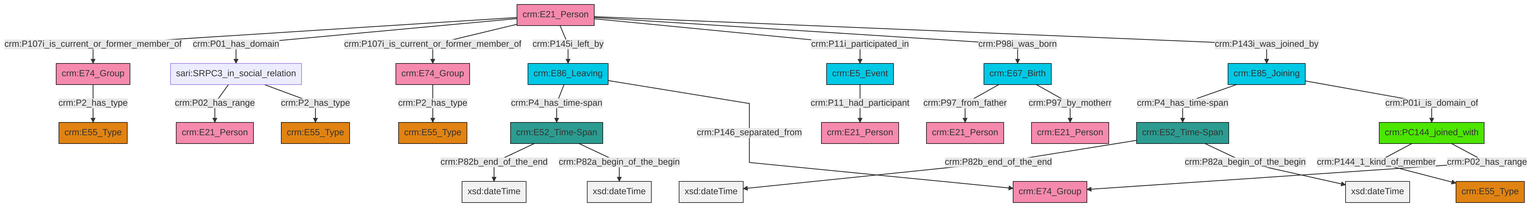
swiss-art-research-net/reference-data-models keeps this Mermaid diagram as et/personCSV/ttl/mmd/png/Person_Actor_Relations.png. Above is the earlier version. Its source is kept beside it as et/personCSV/ttl/mmd/Person_Actor_Relations.ttl.mmd.
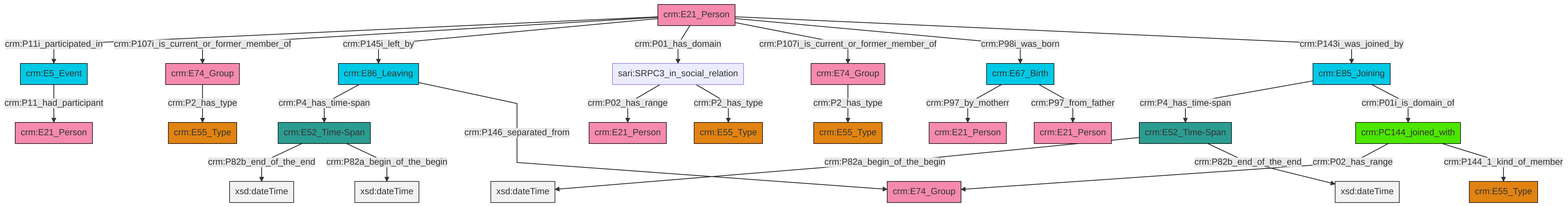
The same diagram one commit later.

The edit, as a diff of the source:
```diff
@@ -13,27 +13,27 @@
 classDef PC_Classes fill:#4ce600, stroke:#000000;
 classDef Multi fill:#cccccc,stroke:#000000;
 
-0["crm:E52_Time-Span"]:::Time-Span -->|crm:P82b_end_of_the_end| 1[xsd:dateTime]:::Literal
-10["crm:E52_Time-Span"]:::Time-Span -->|crm:P82b_end_of_the_end| 14[xsd:dateTime]:::Literal
-15["crm:E5_Event"]:::Temporal_Entity -->|crm:P11_had_participant| 16["crm:E21_Person"]:::Actor
-17["crm:E21_Person"]:::Actor -->|crm:P107i_is_current_or_former_member_of| 18["crm:E74_Group"]:::Actor
-19["crm:E67_Birth"]:::Temporal_Entity -->|crm:P97_from_father| 4["crm:E21_Person"]:::Actor
-19["crm:E67_Birth"]:::Temporal_Entity -->|crm:P97_by_motherr| 21["crm:E21_Person"]:::Actor
-23["crm:PC144_joined_with"]:::PC_Classes -->|crm:P144_1_kind_of_member| 24["crm:E55_Type"]:::Type
-2["sari:SRPC3_in_social_relation"]:::Default -->|crm:P02_has_range| 25["crm:E21_Person"]:::Actor
-26["crm:E85_Joining"]:::Temporal_Entity -->|crm:P4_has_time-span| 0["crm:E52_Time-Span"]:::Time-Span
-17["crm:E21_Person"]:::Actor -->|crm:P01_has_domain| 2["sari:SRPC3_in_social_relation"]:::Default
-17["crm:E21_Person"]:::Actor -->|crm:P107i_is_current_or_former_member_of| 6["crm:E74_Group"]:::Actor
-12["crm:E86_Leaving"]:::Temporal_Entity -->|crm:P4_has_time-span| 10["crm:E52_Time-Span"]:::Time-Span
-10["crm:E52_Time-Span"]:::Time-Span -->|crm:P82a_begin_of_the_begin| 30[xsd:dateTime]:::Literal
-18["crm:E74_Group"]:::Actor -->|crm:P2_has_type| 31["crm:E55_Type"]:::Type
-23["crm:PC144_joined_with"]:::PC_Classes -->|crm:P02_has_range| 33["crm:E74_Group"]:::Actor
-17["crm:E21_Person"]:::Actor -->|crm:P145i_left_by| 12["crm:E86_Leaving"]:::Temporal_Entity
-17["crm:E21_Person"]:::Actor -->|crm:P11i_participated_in| 15["crm:E5_Event"]:::Temporal_Entity
-26["crm:E85_Joining"]:::Temporal_Entity -->|crm:P01i_is_domain_of| 23["crm:PC144_joined_with"]:::PC_Classes
-17["crm:E21_Person"]:::Actor -->|crm:P98i_was_born| 19["crm:E67_Birth"]:::Temporal_Entity
-0["crm:E52_Time-Span"]:::Time-Span -->|crm:P82a_begin_of_the_begin| 39[xsd:dateTime]:::Literal
-17["crm:E21_Person"]:::Actor -->|crm:P143i_was_joined_by| 26["crm:E85_Joining"]:::Temporal_Entity
-12["crm:E86_Leaving"]:::Temporal_Entity -->|crm:P146_separated_from| 33["crm:E74_Group"]:::Actor
-2["sari:SRPC3_in_social_relation"]:::Default -->|crm:P2_has_type| 43["crm:E55_Type"]:::Type
-6["crm:E74_Group"]:::Actor -->|crm:P2_has_type| 8["crm:E55_Type"]:::Type
+0["crm:E21_Person"]:::Actor -->|crm:P11i_participated_in| 1["crm:E5_Event"]:::Temporal_Entity
+0["crm:E21_Person"]:::Actor -->|crm:P107i_is_current_or_former_member_of| 5["crm:E74_Group"]:::Actor
+8["crm:PC144_joined_with"]:::PC_Classes -->|crm:P02_has_range| 9["crm:E74_Group"]:::Actor
+0["crm:E21_Person"]:::Actor -->|crm:P145i_left_by| 12["crm:E86_Leaving"]:::Temporal_Entity
+13["crm:E85_Joining"]:::Temporal_Entity -->|crm:P4_has_time-span| 14["crm:E52_Time-Span"]:::Time-Span
+0["crm:E21_Person"]:::Actor -->|crm:P01_has_domain| 15["sari:SRPC3_in_social_relation"]:::Default
+1["crm:E5_Event"]:::Temporal_Entity -->|crm:P11_had_participant| 17["crm:E21_Person"]:::Actor
+20["crm:E67_Birth"]:::Temporal_Entity -->|crm:P97_by_motherr| 21["crm:E21_Person"]:::Actor
+12["crm:E86_Leaving"]:::Temporal_Entity -->|crm:P4_has_time-span| 23["crm:E52_Time-Span"]:::Time-Span
+15["sari:SRPC3_in_social_relation"]:::Default -->|crm:P02_has_range| 24["crm:E21_Person"]:::Actor
+0["crm:E21_Person"]:::Actor -->|crm:P107i_is_current_or_former_member_of| 26["crm:E74_Group"]:::Actor
+8["crm:PC144_joined_with"]:::PC_Classes -->|crm:P144_1_kind_of_member| 3["crm:E55_Type"]:::Type
+26["crm:E74_Group"]:::Actor -->|crm:P2_has_type| 6["crm:E55_Type"]:::Type
+14["crm:E52_Time-Span"]:::Time-Span -->|crm:P82a_begin_of_the_begin| 29[xsd:dateTime]:::Literal
+12["crm:E86_Leaving"]:::Temporal_Entity -->|crm:P146_separated_from| 9["crm:E74_Group"]:::Actor
+23["crm:E52_Time-Span"]:::Time-Span -->|crm:P82b_end_of_the_end| 32[xsd:dateTime]:::Literal
+0["crm:E21_Person"]:::Actor -->|crm:P98i_was_born| 20["crm:E67_Birth"]:::Temporal_Entity
+14["crm:E52_Time-Span"]:::Time-Span -->|crm:P82b_end_of_the_end| 38[xsd:dateTime]:::Literal
+0["crm:E21_Person"]:::Actor -->|crm:P143i_was_joined_by| 13["crm:E85_Joining"]:::Temporal_Entity
+23["crm:E52_Time-Span"]:::Time-Span -->|crm:P82a_begin_of_the_begin| 40[xsd:dateTime]:::Literal
+13["crm:E85_Joining"]:::Temporal_Entity -->|crm:P01i_is_domain_of| 8["crm:PC144_joined_with"]:::PC_Classes
+20["crm:E67_Birth"]:::Temporal_Entity -->|crm:P97_from_father| 35["crm:E21_Person"]:::Actor
+15["sari:SRPC3_in_social_relation"]:::Default -->|crm:P2_has_type| 18["crm:E55_Type"]:::Type
+5["crm:E74_Group"]:::Actor -->|crm:P2_has_type| 10["crm:E55_Type"]:::Type
```
